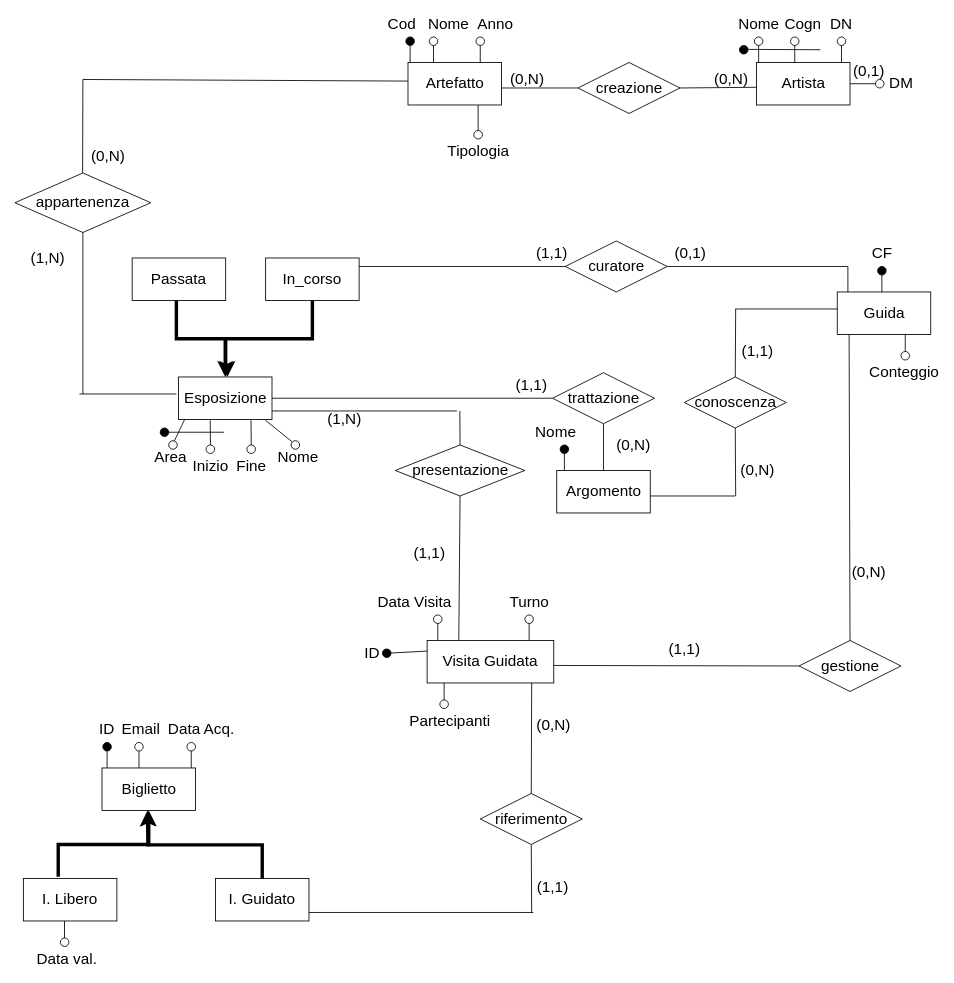
Chris-Libra-Unipd/ProgettoBasi keeps this draw.io diagram as ER_v3.drawio. Above is the earlier version. Source tidied: cells renumbered, new cells numbered last; positions are measured from the earlier drawing's top-left corner, leaving out a move shared by most shapes. Both pictures are drawn from the tidied source at 85%, with x=0, y=0 at pixel (14, 20).
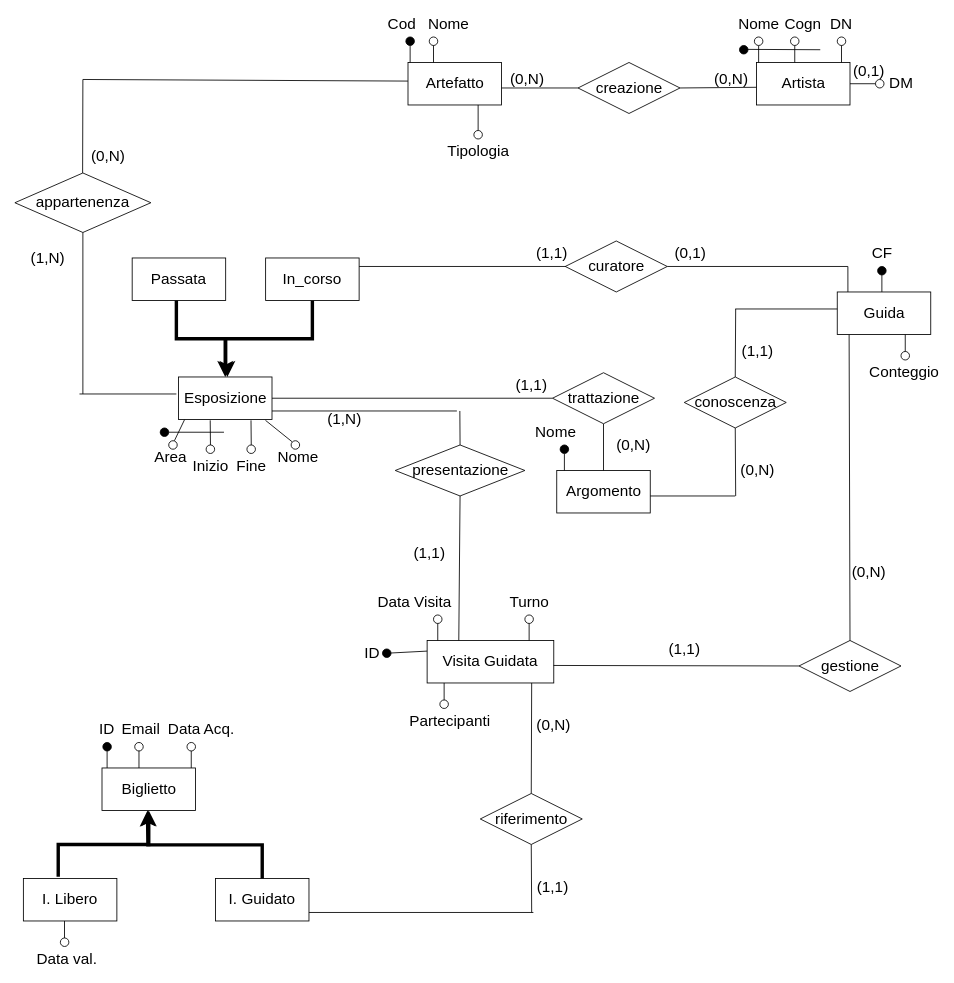
After the change.

Diff of the diagram source:
```diff
@@
-    <mxCell id="8" style="verticalLabelPosition=bottom;verticalAlign=top;html=1;shape=mxgraph.flowchart.on-page_reference;" parent="1" vertex="1">
-      <mxGeometry x="542.5" y="20" width="10" height="10" as="geometry" />
-    </mxCell>
-    <mxCell id="9" style="endArrow=none;html=1;rounded=0;entryX=0.5;entryY=1;entryDx=0;entryDy=0;entryPerimeter=0;" parent="1" edge="1" target="8">
-      <mxGeometry relative="1" as="geometry">
-        <mxPoint x="547.5" y="50" as="sourcePoint" />
-      </mxGeometry>
-    </mxCell>
-    <mxCell id="10" value="&lt;font style=&quot;font-size: 18px;&quot;&gt;Anno&lt;/font&gt;" style="text;html=1;align=center;verticalAlign=middle;whiteSpace=wrap;rounded=0;" parent="1" vertex="1">
-      <mxGeometry x="542.5" width="45" height="10" as="geometry" />
-    </mxCell>
```
